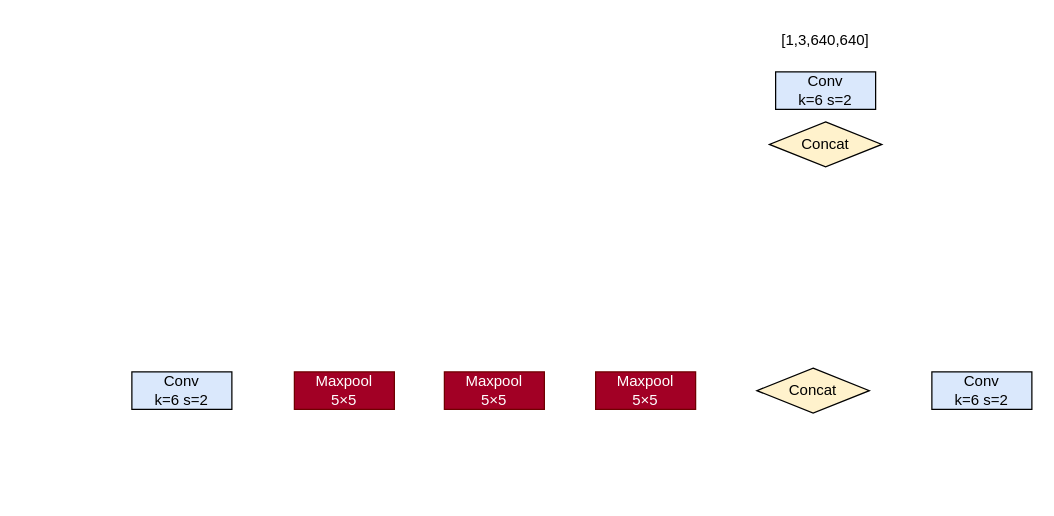
Earlier version of the draw.io diagram Draw.io/本科毕业设计/SPPF.drawio (Arete-FFF/PicGo). Source tidied: cells renumbered, new cells numbered last; positions are measured from the earlier drawing's top-left corner, leaving out a move shared by most shapes. Both pictures are drawn from the tidied source at 125%, with x=0, y=0 at pixel (131, 21).
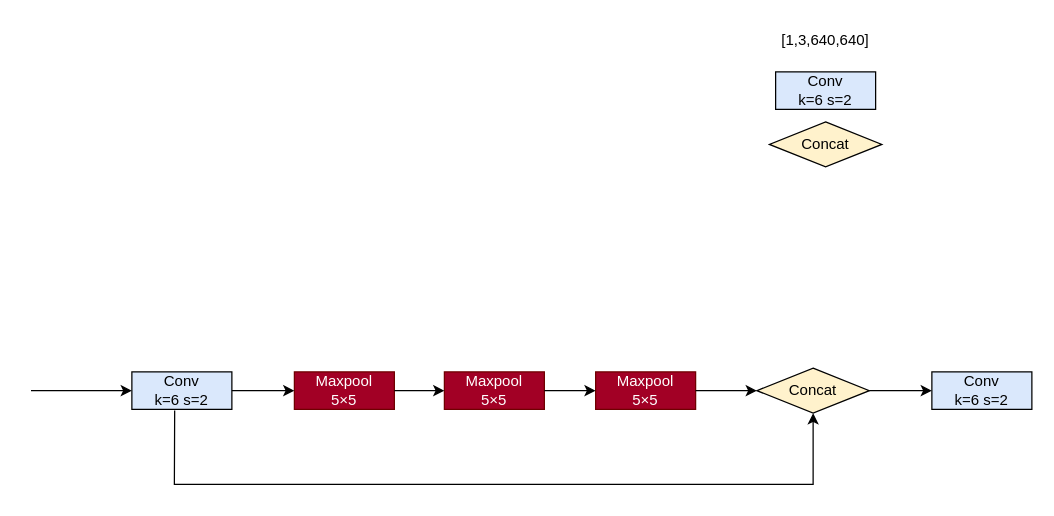
The same diagram, later.

Unchanged cells that the change refers to:
```xml
<mxCell id="5" value="Conv&lt;br&gt;k=6 s=2" style="rounded=0;whiteSpace=wrap;html=1;fillColor=#dae8fc;strokeColor=#000000;" parent="1" vertex="1">
  <mxGeometry y="280" width="80" height="30" as="geometry" />
</mxCell>
<mxCell id="6" value="Conv&lt;br&gt;k=6 s=2" style="rounded=0;whiteSpace=wrap;html=1;fillColor=#dae8fc;strokeColor=#000000;" parent="1" vertex="1">
  <mxGeometry x="640" y="280" width="80" height="30" as="geometry" />
</mxCell>
<mxCell id="7" value="Concat" style="rhombus;whiteSpace=wrap;html=1;fillColor=#fff2cc;strokeColor=#000000;" parent="1" vertex="1">
  <mxGeometry x="500" y="277" width="90" height="36" as="geometry" />
</mxCell>
<mxCell id="8" value="Maxpool&lt;br&gt;5×5" style="rounded=0;whiteSpace=wrap;html=1;fillColor=#a20025;strokeColor=#6F0000;fontColor=#ffffff;" parent="1" vertex="1">
  <mxGeometry x="371" y="280" width="80" height="30" as="geometry" />
</mxCell>
<mxCell id="9" value="Maxpool&lt;br&gt;5×5" style="rounded=0;whiteSpace=wrap;html=1;fillColor=#a20025;strokeColor=#6F0000;fontColor=#ffffff;" parent="1" vertex="1">
  <mxGeometry x="130" y="280" width="80" height="30" as="geometry" />
</mxCell>
<mxCell id="10" value="Maxpool&lt;br&gt;5×5" style="rounded=0;whiteSpace=wrap;html=1;fillColor=#a20025;strokeColor=#6F0000;fontColor=#ffffff;" parent="1" vertex="1">
  <mxGeometry x="250" y="280" width="80" height="30" as="geometry" />
</mxCell>
```

What changed in the source:
```diff
@@
+    <mxCell id="11" style="endArrow=classic;html=1;rounded=0;entryX=0;entryY=0.5;entryDx=0;entryDy=0;" parent="1" edge="1" target="5">
+      <mxGeometry relative="1" as="geometry">
+        <mxPoint x="-80.7" y="295" as="sourcePoint" />
+      </mxGeometry>
+    </mxCell>
+    <mxCell id="12" style="endArrow=classic;html=1;rounded=0;" parent="1" edge="1" source="5" target="9">
+      <mxGeometry relative="1" as="geometry" />
+    </mxCell>
+    <mxCell id="13" style="endArrow=classic;html=1;rounded=0;" parent="1" edge="1" source="9" target="10">
+      <mxGeometry relative="1" as="geometry" />
+    </mxCell>
+    <mxCell id="14" style="endArrow=classic;html=1;rounded=0;" parent="1" edge="1" source="10" target="8">
+      <mxGeometry relative="1" as="geometry" />
+    </mxCell>
+    <mxCell id="15" style="endArrow=classic;html=1;rounded=0;" parent="1" edge="1" source="8" target="7">
+      <mxGeometry relative="1" as="geometry" />
+    </mxCell>
+    <mxCell id="16" style="endArrow=classic;html=1;rounded=0;" parent="1" edge="1" source="7" target="6">
+      <mxGeometry relative="1" as="geometry" />
+    </mxCell>
+    <mxCell id="17" style="endArrow=classic;html=1;rounded=0;entryX=0.5;entryY=1;entryDx=0;entryDy=0;exitX=0.428;exitY=1.031;exitDx=0;exitDy=0;exitPerimeter=0;" parent="1" edge="1" source="5" target="7">
+      <mxGeometry relative="1" as="geometry">
+        <Array as="points">
+          <mxPoint x="34" y="370" />
+          <mxPoint x="545" y="370" />
+        </Array>
+      </mxGeometry>
+    </mxCell>
```
